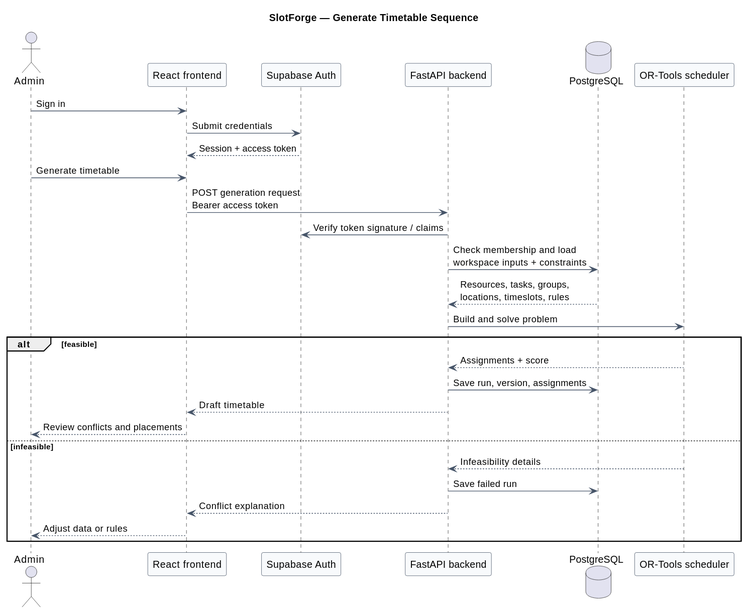
Earlier version of the PlantUML export docs/uml/v2/sequence-diagram.svg (revanthlol/SlotForge).
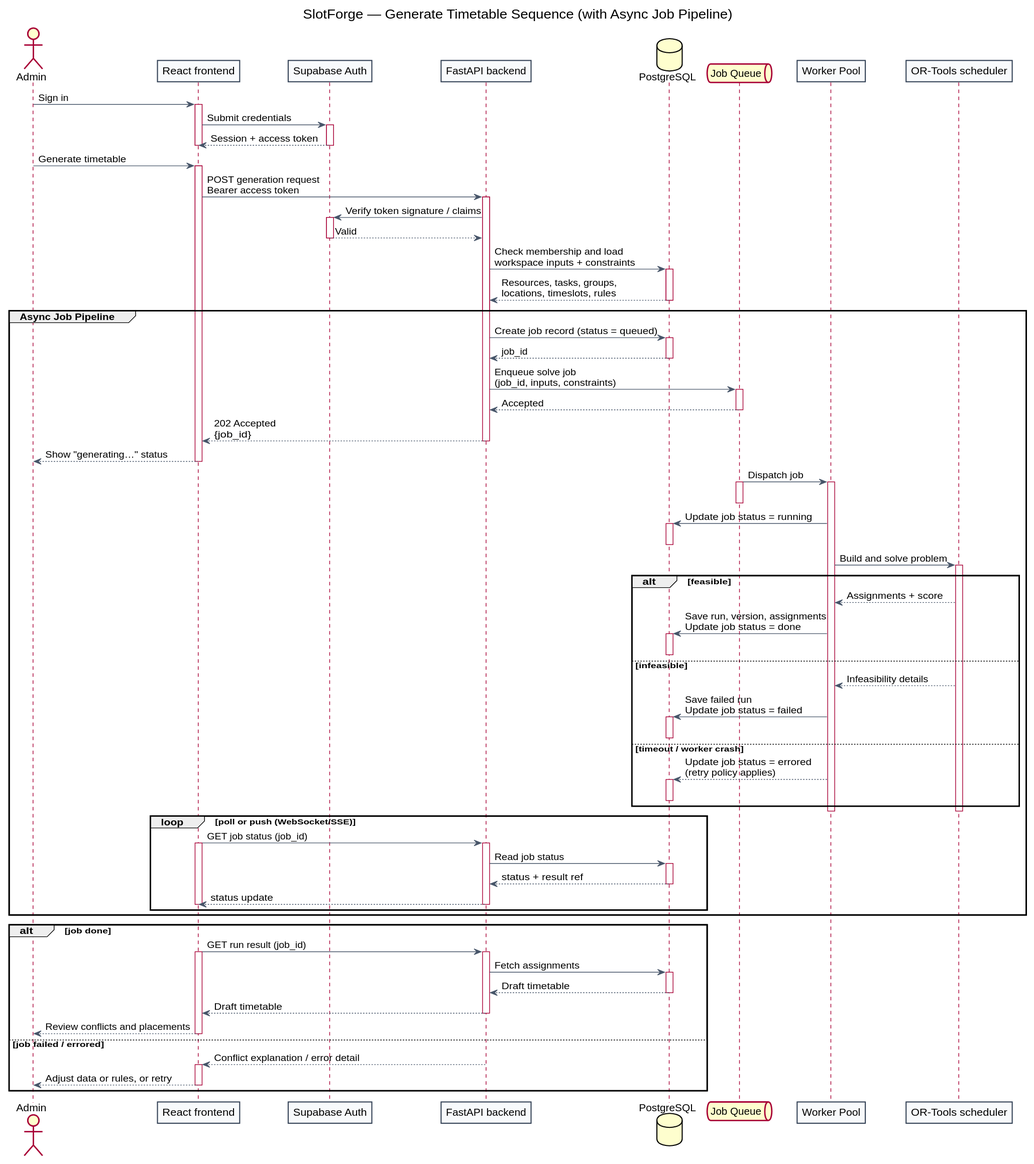
Above is the later version.

Diff of the diagram source:
```diff
@@ -1,5 +1,5 @@
 @startuml
-title SlotForge — Generate Timetable Sequence
+title SlotForge — Generate Timetable Sequence (with Async Job Pipeline)
 skinparam shadowing false
 skinparam linetype ortho
 skinparam ArrowColor #475569
@@ -11,26 +11,109 @@
 participant "Supabase Auth" as Auth
 participant "FastAPI backend" as Backend
 database "PostgreSQL" as Database
+queue "Job Queue" as Queue
+participant "Worker Pool" as Worker
 participant "OR-Tools scheduler" as Scheduler
 
 Admin -> Frontend : Sign in
+activate Frontend
 Frontend -> Auth : Submit credentials
+activate Auth
 Auth --> Frontend : Session + access token
+deactivate Auth
+deactivate Frontend
+
 Admin -> Frontend : Generate timetable
+activate Frontend
 Frontend -> Backend : POST generation request\nBearer access token
+activate Backend
+
 Backend -> Auth : Verify token signature / claims
+activate Auth
+Auth --> Backend : Valid
+deactivate Auth
+
 Backend -> Database : Check membership and load\nworkspace inputs + constraints
+activate Database
 Database --> Backend : Resources, tasks, groups,\nlocations, timeslots, rules
-Backend -> Scheduler : Build and solve problem
-alt feasible
-  Scheduler --> Backend : Assignments + score
-  Backend -> Database : Save run, version, assignments
+deactivate Database
+
+group Async Job Pipeline
+  Backend -> Database : Create job record (status = queued)
+  activate Database
+  Database --> Backend : job_id
+  deactivate Database
+
+  Backend -> Queue : Enqueue solve job\n(job_id, inputs, constraints)
+  activate Queue
+  Queue --> Backend : Accepted
+  deactivate Queue
+
+  Backend --> Frontend : 202 Accepted\n{job_id}
+  deactivate Backend
+  Frontend --> Admin : Show "generating…" status
+  deactivate Frontend
+
+  Queue -> Worker : Dispatch job
+  activate Queue
+  activate Worker
+  deactivate Queue
+
+  Worker -> Database : Update job status = running
+  activate Database
+  deactivate Database
+
+  Worker -> Scheduler : Build and solve problem
+  activate Scheduler
+
+  alt feasible
+    Scheduler --> Worker : Assignments + score
+    Worker -> Database : Save run, version, assignments\nUpdate job status = done
+    activate Database
+    deactivate Database
+  else infeasible
+    Scheduler --> Worker : Infeasibility details
+    Worker -> Database : Save failed run\nUpdate job status = failed
+    activate Database
+    deactivate Database
+  else timeout / worker crash
+    Worker --> Database : Update job status = errored\n(retry policy applies)
+    activate Database
+    deactivate Database
+  end
+  deactivate Scheduler
+  deactivate Worker
+
+  loop poll or push (WebSocket/SSE)
+    Frontend -> Backend : GET job status (job_id)
+    activate Frontend
+    activate Backend
+    Backend -> Database : Read job status
+    activate Database
+    Database --> Backend : status + result ref
+    deactivate Database
+    Backend --> Frontend : status update
+    deactivate Backend
+    deactivate Frontend
+  end
+end
+
+alt job done
+  Frontend -> Backend : GET run result (job_id)
+  activate Frontend
+  activate Backend
+  Backend -> Database : Fetch assignments
+  activate Database
+  Database --> Backend : Draft timetable
+  deactivate Database
   Backend --> Frontend : Draft timetable
+  deactivate Backend
   Frontend --> Admin : Review conflicts and placements
-else infeasible
-  Scheduler --> Backend : Infeasibility details
-  Backend -> Database : Save failed run
-  Backend --> Frontend : Conflict explanation
-  Frontend --> Admin : Adjust data or rules
+  deactivate Frontend
+else job failed / errored
+  Backend --> Frontend : Conflict explanation / error detail
+  activate Frontend
+  Frontend --> Admin : Adjust data or rules, or retry
+  deactivate Frontend
 end
 @enduml
```
